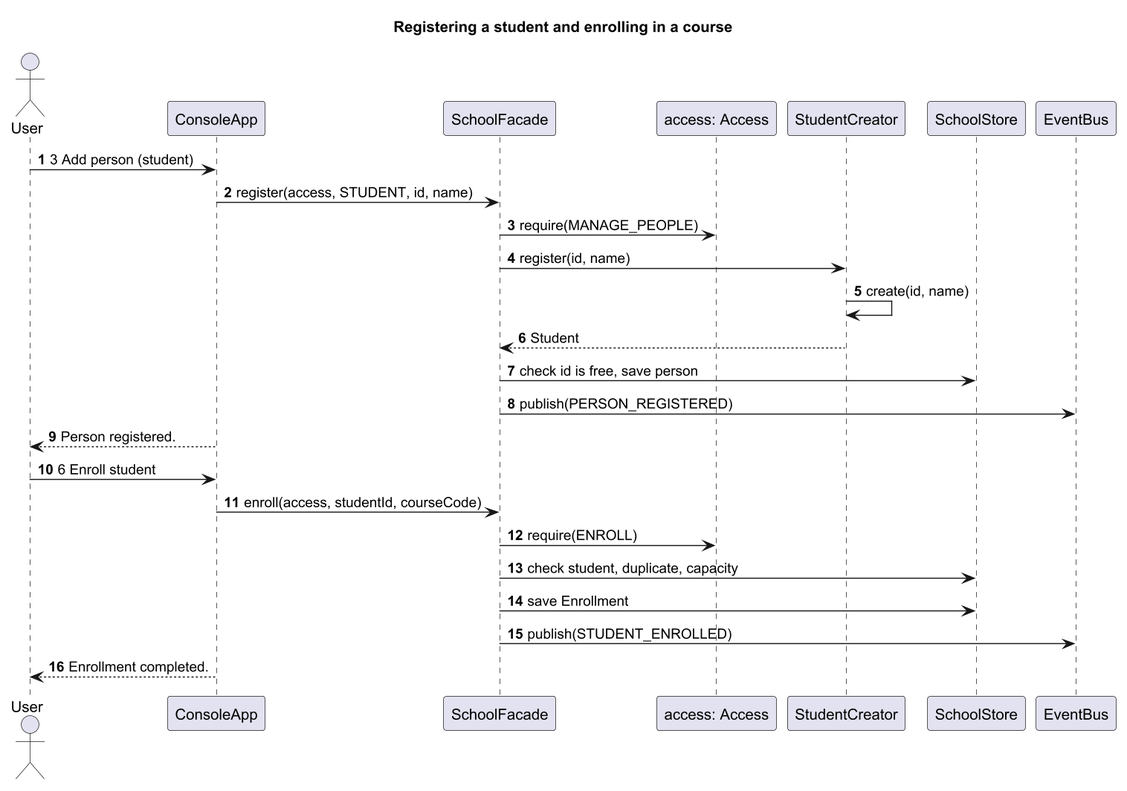
This is docs/images/sequence-register-enroll.png from Asylstyle/school-management-system, a PlantUML export, as it was before one commit. Source of this version:
```plantuml
@startuml sequence-register-enroll
skinparamlocked dpi 140
title Registering a student and enrolling in a course
skinparam shadowing false
autonumber

actor User
participant ConsoleApp
participant SchoolFacade
participant "access: Access" as Access
participant StudentCreator
participant SchoolStore
participant EventBus

User -> ConsoleApp : 3 Add person (student)
ConsoleApp -> SchoolFacade : register(access, STUDENT, id, name)
SchoolFacade -> Access : require(MANAGE_PEOPLE)
SchoolFacade -> StudentCreator : register(id, name)
StudentCreator -> StudentCreator : create(id, name)
StudentCreator --> SchoolFacade : Student
SchoolFacade -> SchoolStore : check id is free, save person
SchoolFacade -> EventBus : publish(PERSON_REGISTERED)
ConsoleApp --> User : Person registered.

User -> ConsoleApp : 6 Enroll student
ConsoleApp -> SchoolFacade : enroll(access, studentId, courseCode)
SchoolFacade -> Access : require(ENROLL)
SchoolFacade -> SchoolStore : check student, duplicate, capacity
SchoolFacade -> SchoolStore : save Enrollment
SchoolFacade -> EventBus : publish(STUDENT_ENROLLED)
ConsoleApp --> User : Enrollment completed.
@enduml
```
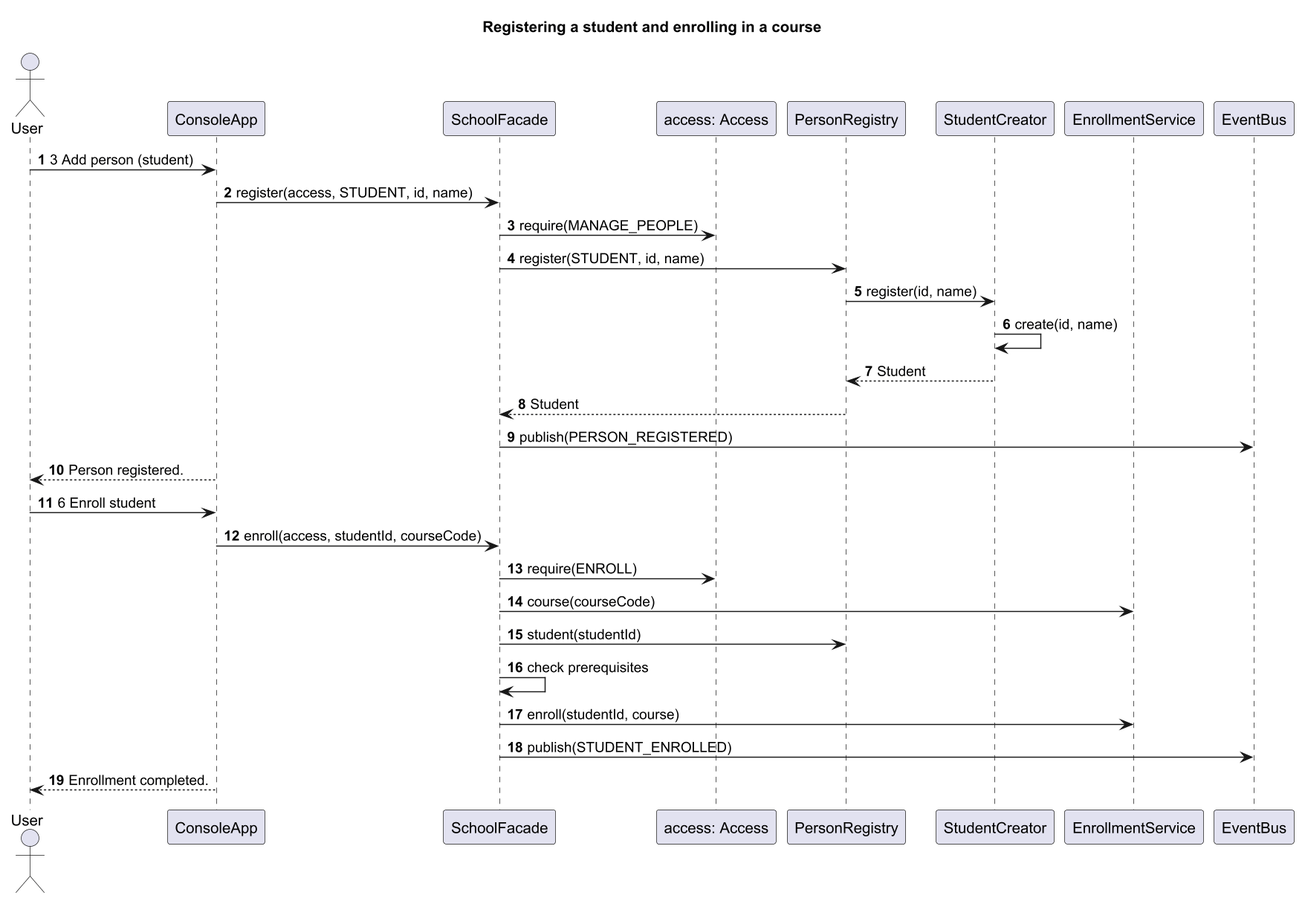
The same file after the commit.

The edit, as a diff of the source:
```diff
@@ -8,25 +8,29 @@
 participant ConsoleApp
 participant SchoolFacade
 participant "access: Access" as Access
+participant PersonRegistry
 participant StudentCreator
-participant SchoolStore
+participant EnrollmentService
 participant EventBus
 
 User -> ConsoleApp : 3 Add person (student)
 ConsoleApp -> SchoolFacade : register(access, STUDENT, id, name)
 SchoolFacade -> Access : require(MANAGE_PEOPLE)
-SchoolFacade -> StudentCreator : register(id, name)
+SchoolFacade -> PersonRegistry : register(STUDENT, id, name)
+PersonRegistry -> StudentCreator : register(id, name)
 StudentCreator -> StudentCreator : create(id, name)
-StudentCreator --> SchoolFacade : Student
-SchoolFacade -> SchoolStore : check id is free, save person
+StudentCreator --> PersonRegistry : Student
+PersonRegistry --> SchoolFacade : Student
 SchoolFacade -> EventBus : publish(PERSON_REGISTERED)
 ConsoleApp --> User : Person registered.
 
 User -> ConsoleApp : 6 Enroll student
 ConsoleApp -> SchoolFacade : enroll(access, studentId, courseCode)
 SchoolFacade -> Access : require(ENROLL)
-SchoolFacade -> SchoolStore : check student, duplicate, capacity
-SchoolFacade -> SchoolStore : save Enrollment
+SchoolFacade -> EnrollmentService : course(courseCode)
+SchoolFacade -> PersonRegistry : student(studentId)
+SchoolFacade -> SchoolFacade : check prerequisites
+SchoolFacade -> EnrollmentService : enroll(studentId, course)
 SchoolFacade -> EventBus : publish(STUDENT_ENROLLED)
 ConsoleApp --> User : Enrollment completed.
 @enduml
```
